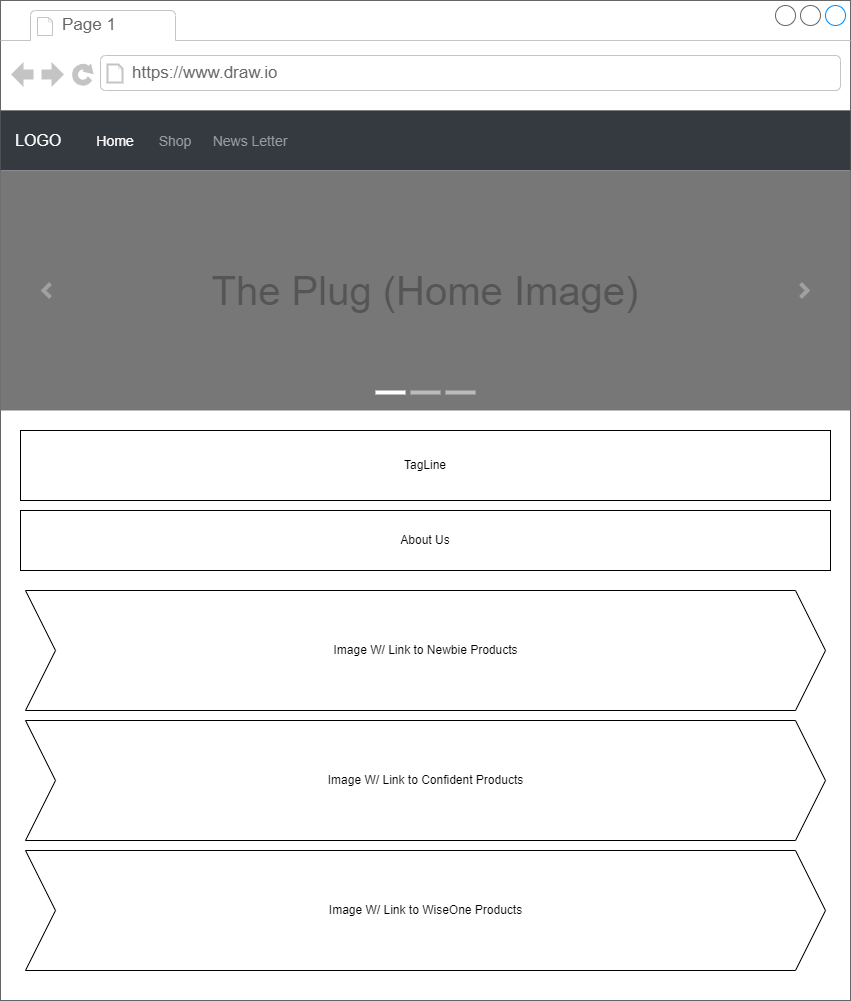
The draw.io diagram Drawframe/The_Plug_HomePage.png in amason083/Project_1_HTML_CSS, before a commit. Source tidied: cells renumbered, new cells last; positions are measured from the earlier drawing's top-left corner, leaving out a move shared by most shapes. Its diagram source:
```xml
<mxGraphModel>
  <root>
    <mxCell id="0" />
    <mxCell id="1" parent="0" />
    <mxCell id="2" style="strokeWidth=1;shadow=0;dashed=0;align=center;html=1;shape=mxgraph.mockup.containers.browserWindow;rSize=0;strokeColor=#666666;strokeColor2=#008cff;strokeColor3=#c4c4c4;mainText=,;" parent="1" vertex="1">
      <mxGeometry width="850" height="1000" as="geometry" />
    </mxCell>
    <mxCell id="3" value="Page 1" style="strokeWidth=1;shadow=0;dashed=0;align=center;html=1;shape=mxgraph.mockup.containers.anchor;fontSize=17;fontColor=#666666;align=left;whiteSpace=wrap;" parent="2" vertex="1">
      <mxGeometry x="60" y="12" width="110" height="26" as="geometry" />
    </mxCell>
    <mxCell id="4" value="https://www.draw.io" style="strokeWidth=1;shadow=0;dashed=0;align=center;html=1;shape=mxgraph.mockup.containers.anchor;rSize=0;fontSize=17;fontColor=#666666;align=left;" parent="2" vertex="1">
      <mxGeometry x="130" y="60" width="250" height="26" as="geometry" />
    </mxCell>
    <mxCell id="5" value="LOGO" style="html=1;shadow=0;dashed=0;fillColor=#343A40;strokeColor=none;fontSize=16;fontColor=#ffffff;align=left;spacing=15;" parent="2" vertex="1">
      <mxGeometry y="110" width="850" height="60" as="geometry" />
    </mxCell>
    <mxCell id="6" value="Home" style="fillColor=none;strokeColor=none;fontSize=14;fontColor=#ffffff;align=center;" parent="5" vertex="1">
      <mxGeometry width="70" height="40" relative="1" as="geometry">
        <mxPoint x="80" y="10" as="offset" />
      </mxGeometry>
    </mxCell>
    <mxCell id="7" value="Shop" style="fillColor=none;strokeColor=none;fontSize=14;fontColor=#9A9DA0;align=center;" parent="5" vertex="1">
      <mxGeometry width="70" height="40" relative="1" as="geometry">
        <mxPoint x="140" y="10" as="offset" />
      </mxGeometry>
    </mxCell>
    <mxCell id="8" value="News Letter" style="fillColor=none;strokeColor=none;fontSize=14;fontColor=#9A9DA0;align=center;spacingRight=0;" parent="5" vertex="1">
      <mxGeometry width="80" height="40" relative="1" as="geometry">
        <mxPoint x="210" y="10" as="offset" />
      </mxGeometry>
    </mxCell>
    <mxCell id="9" value="The Plug (Home Image)" style="html=1;shadow=0;dashed=0;strokeColor=none;strokeWidth=1;fillColor=#777777;fontColor=#555555;whiteSpace=wrap;align=center;verticalAlign=middle;fontStyle=0;fontSize=40;" parent="2" vertex="1">
      <mxGeometry y="170" width="850" height="240" as="geometry" />
    </mxCell>
    <mxCell id="10" style="html=1;verticalLabelPosition=bottom;labelBackgroundColor=#ffffff;verticalAlign=top;shadow=0;dashed=0;strokeWidth=4;shape=mxgraph.ios7.misc.more;strokeColor=#a0a0a0;" parent="9" vertex="1">
      <mxGeometry x="1" y="0.5" width="7" height="14" relative="1" as="geometry">
        <mxPoint x="-50" y="-7" as="offset" />
      </mxGeometry>
    </mxCell>
    <mxCell id="11" style="flipH=1;html=1;verticalLabelPosition=bottom;labelBackgroundColor=#ffffff;verticalAlign=top;shadow=0;dashed=0;strokeWidth=4;shape=mxgraph.ios7.misc.more;strokeColor=#a0a0a0;" parent="9" vertex="1">
      <mxGeometry y="0.5" width="7" height="14" relative="1" as="geometry">
        <mxPoint x="43" y="-7" as="offset" />
      </mxGeometry>
    </mxCell>
    <mxCell id="12" style="html=1;shadow=0;strokeColor=none;fillColor=#ffffff;" parent="9" vertex="1">
      <mxGeometry x="0.5" y="1" width="30" height="4" relative="1" as="geometry">
        <mxPoint x="-50" y="-20" as="offset" />
      </mxGeometry>
    </mxCell>
    <mxCell id="13" style="html=1;shadow=0;strokeColor=none;fillColor=#BBBBBB;" parent="9" vertex="1">
      <mxGeometry x="0.5" y="1" width="30" height="4" relative="1" as="geometry">
        <mxPoint x="-15" y="-20" as="offset" />
      </mxGeometry>
    </mxCell>
    <mxCell id="14" style="html=1;shadow=0;strokeColor=none;fillColor=#BBBBBB;" parent="9" vertex="1">
      <mxGeometry x="0.5" y="1" width="30" height="4" relative="1" as="geometry">
        <mxPoint x="20" y="-20" as="offset" />
      </mxGeometry>
    </mxCell>
    <mxCell id="15" value="TagLine" style="rounded=0;whiteSpace=wrap;html=1;" parent="2" vertex="1">
      <mxGeometry x="20" y="430" width="810" height="70" as="geometry" />
    </mxCell>
    <mxCell id="16" value="Image W/ Link to Newbie Products" style="html=1;shadow=0;dashed=0;align=center;verticalAlign=middle;shape=mxgraph.arrows2.arrow;dy=0;dx=30;notch=30;" parent="2" vertex="1">
      <mxGeometry x="25" y="590" width="800" height="120" as="geometry" />
    </mxCell>
    <mxCell id="17" value="Image W/ Link to WiseOne Products" style="html=1;shadow=0;dashed=0;align=center;verticalAlign=middle;shape=mxgraph.arrows2.arrow;dy=0;dx=30;notch=30;" parent="2" vertex="1">
      <mxGeometry x="25" y="850" width="800" height="120" as="geometry" />
    </mxCell>
    <mxCell id="18" value="Image W/ Link to Confident Products" style="html=1;shadow=0;dashed=0;align=center;verticalAlign=middle;shape=mxgraph.arrows2.arrow;dy=0;dx=30;notch=30;direction=east;" parent="2" vertex="1">
      <mxGeometry x="25" y="720" width="800" height="120" as="geometry" />
    </mxCell>
    <mxCell id="19" value="About Us" style="rounded=0;whiteSpace=wrap;html=1;" parent="2" vertex="1">
      <mxGeometry x="20" y="510" width="810" height="60" as="geometry" />
    </mxCell>
  </root>
</mxGraphModel>
```
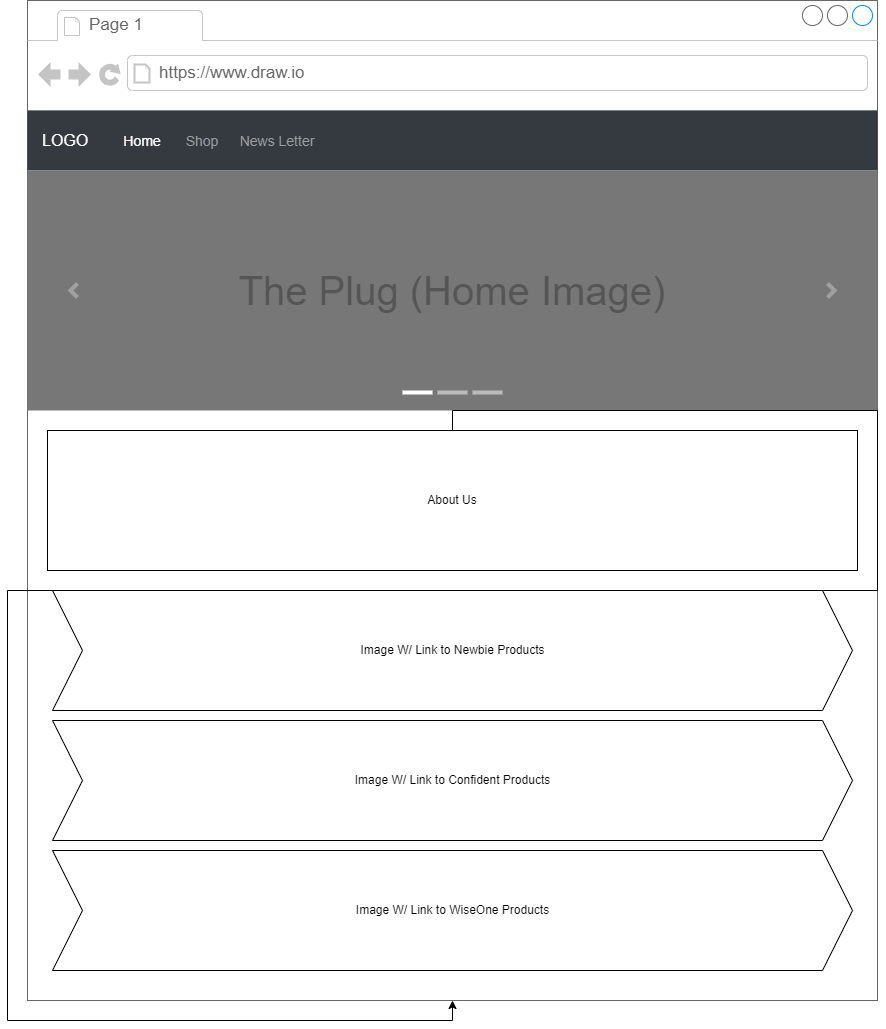
After the change.

Commit message:
adjusted drawframe to final product

What changed in the source:
```diff
@@ -57,9 +57,6 @@
         <mxPoint x="20" y="-20" as="offset" />
       </mxGeometry>
     </mxCell>
-    <mxCell id="15" value="TagLine" style="rounded=0;whiteSpace=wrap;html=1;" parent="2" vertex="1">
-      <mxGeometry x="20" y="430" width="810" height="70" as="geometry" />
-    </mxCell>
     <mxCell id="16" value="Image W/ Link to Newbie Products" style="html=1;shadow=0;dashed=0;align=center;verticalAlign=middle;shape=mxgraph.arrows2.arrow;dy=0;dx=30;notch=30;" parent="2" vertex="1">
       <mxGeometry x="25" y="590" width="800" height="120" as="geometry" />
     </mxCell>
@@ -69,8 +66,11 @@
     <mxCell id="18" value="Image W/ Link to Confident Products" style="html=1;shadow=0;dashed=0;align=center;verticalAlign=middle;shape=mxgraph.arrows2.arrow;dy=0;dx=30;notch=30;direction=east;" parent="2" vertex="1">
       <mxGeometry x="25" y="720" width="800" height="120" as="geometry" />
     </mxCell>
+    <mxCell id="20" style="edgeStyle=orthogonalEdgeStyle;rounded=0;jettySize=auto;html=1;exitX=0.5;exitY=0;exitDx=0;exitDy=0;" parent="2" edge="1" source="19" target="2">
+      <mxGeometry relative="1" as="geometry" />
+    </mxCell>
     <mxCell id="19" value="About Us" style="rounded=0;whiteSpace=wrap;html=1;" parent="2" vertex="1">
-      <mxGeometry x="20" y="510" width="810" height="60" as="geometry" />
+      <mxGeometry x="20" y="430" width="810" height="140" as="geometry" />
     </mxCell>
   </root>
 </mxGraphModel>
```
